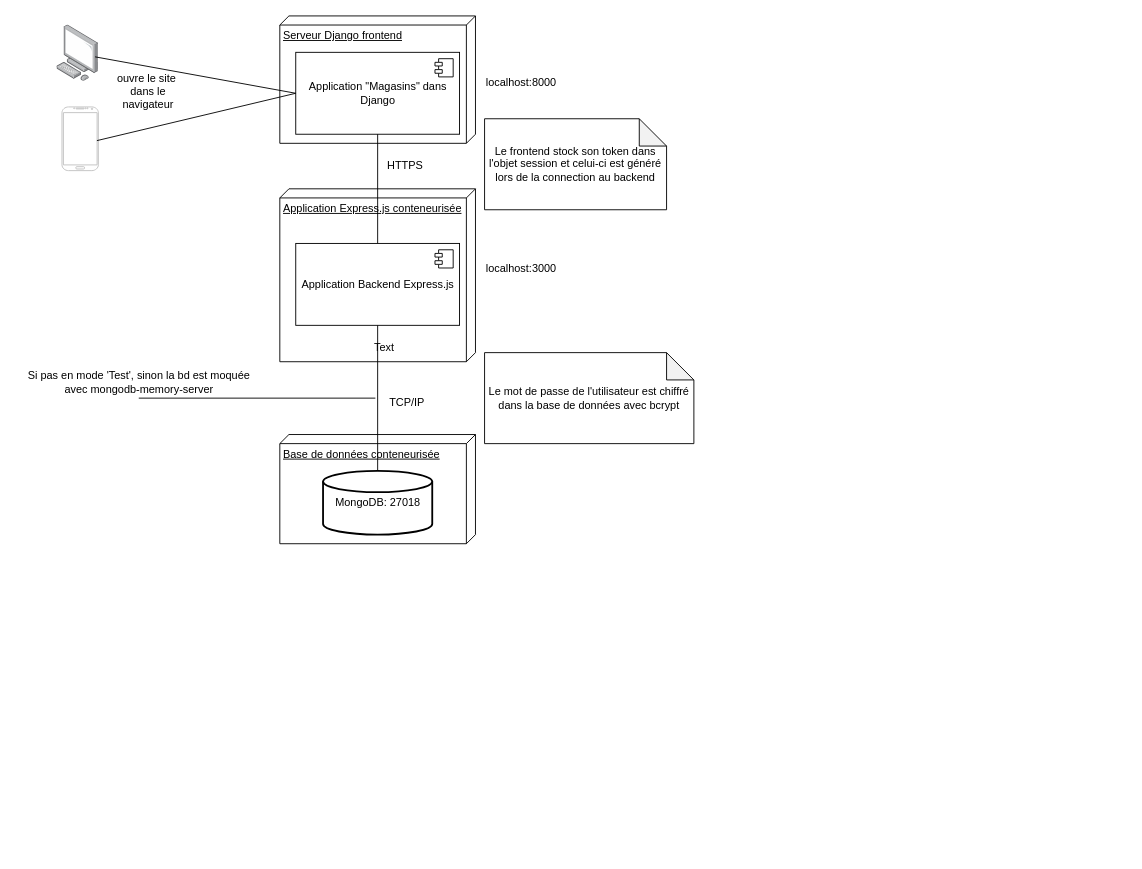
The draw.io diagram docs/UML/diag_vue_deploiement.drawio in PraMaks/LOG430_Labo_0, before the edit. Source tidied: cells renumbered, new cells numbered last; positions are measured from the earlier drawing's top-left corner, leaving out a move shared by most shapes. Both pictures are drawn from the tidied source at 91%, with x=0, y=0 at pixel (15, 15).
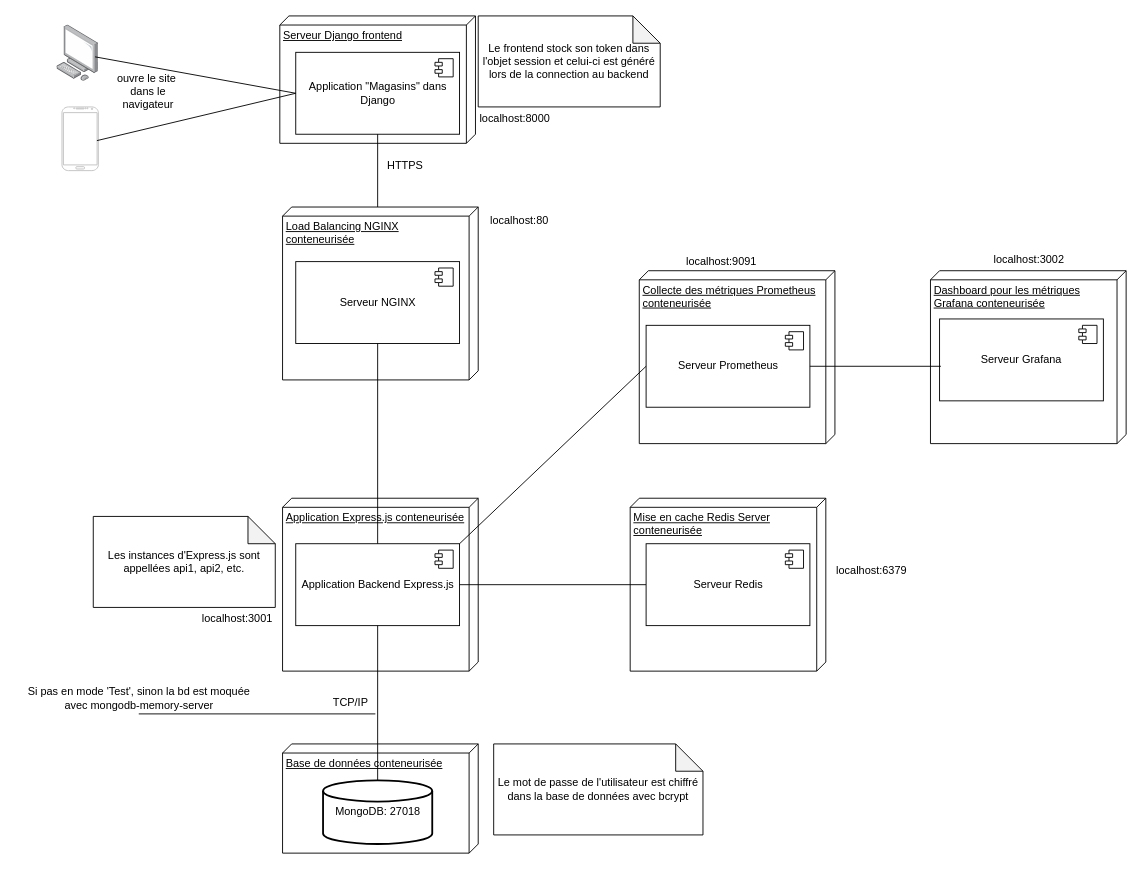
After the change.

The change refers to these unchanged cells:
```xml
<mxCell id="8" value="Application &quot;Magasins&quot; dans Django" style="html=1;whiteSpace=wrap;" parent="1" vertex="1">
  <mxGeometry x="307.5" y="40" width="180" height="90" as="geometry" />
</mxCell>
```

What changed in the source:
```diff
@@
     <mxCell id="2" value="Application Express.js conteneurisée" style="verticalAlign=top;align=left;spacingTop=8;spacingLeft=2;spacingRight=12;shape=cube;size=10;direction=south;fontStyle=4;html=1;whiteSpace=wrap;" parent="1" vertex="1">
-      <mxGeometry x="290" y="190" width="215" height="190" as="geometry" />
+      <mxGeometry x="293" y="530" width="215" height="190" as="geometry" />
     </mxCell>
     <mxCell id="3" value="Application Backend Express.js" style="html=1;whiteSpace=wrap;" parent="1" vertex="1">
-      <mxGeometry x="307.5" y="250" width="180" height="90" as="geometry" />
+      <mxGeometry x="307.5" y="580" width="180" height="90" as="geometry" />
     </mxCell>
@@
     <mxCell id="5" value="Base de données conteneurisée" style="verticalAlign=top;align=left;spacingTop=8;spacingLeft=2;spacingRight=12;shape=cube;size=10;direction=south;fontStyle=4;html=1;whiteSpace=wrap;" parent="1" vertex="1">
-      <mxGeometry x="290" y="460" width="215" height="120" as="geometry" />
+      <mxGeometry x="293" y="800" width="215" height="120" as="geometry" />
     </mxCell>
     <mxCell id="6" value="MongoDB: 27018" style="strokeWidth=2;html=1;shape=mxgraph.flowchart.database;whiteSpace=wrap;" parent="1" vertex="1">
-      <mxGeometry x="337.5" y="500" width="120" height="70" as="geometry" />
+      <mxGeometry x="337.5" y="840" width="120" height="70" as="geometry" />
     </mxCell>
@@
-    <mxCell id="10" style="endArrow=none;html=1;rounded=0;entryX=0.5;entryY=1;entryDx=0;entryDy=0;exitX=0.5;exitY=0;exitDx=0;exitDy=0;" parent="1" edge="1" source="3" target="8">
+    <mxCell id="10" style="endArrow=none;html=1;rounded=0;entryX=0.5;entryY=1;entryDx=0;entryDy=0;exitX=0.5;exitY=0;exitDx=0;exitDy=0;" parent="1" edge="1" source="28" target="8">
       <mxGeometry relative="1" as="geometry" />
     </mxCell>
@@
-    <mxCell id="12" value="Text" style="text;strokeColor=none;align=center;fillColor=none;html=1;verticalAlign=middle;whiteSpace=wrap;rounded=0;" parent="1" vertex="1">
-      <mxGeometry x="375" y="350" width="60" height="30" as="geometry" />
-    </mxCell>
@@
     <mxCell id="14" value="TCP/IP" style="text;html=1;align=center;verticalAlign=middle;whiteSpace=wrap;rounded=0;" parent="1" vertex="1">
-      <mxGeometry x="400" y="410" width="60" height="30" as="geometry" />
+      <mxGeometry x="337.5" y="740" width="60" height="30" as="geometry" />
     </mxCell>
     <mxCell id="15" value="localhost:8000&lt;div&gt;&lt;br&gt;&lt;/div&gt;" style="text;html=1;align=center;verticalAlign=middle;strokeColor=none;fillColor=none;" parent="1" vertex="1">
-      <mxGeometry x="505" y="60" width="100" height="40" as="geometry" />
+      <mxGeometry x="498" y="100" width="100" height="40" as="geometry" />
     </mxCell>
-    <mxCell id="16" value="localhost:3000&lt;div&gt;&lt;br&gt;&lt;/div&gt;" style="text;html=1;align=center;verticalAlign=middle;strokeColor=none;fillColor=none;" parent="1" vertex="1">
-      <mxGeometry x="505" y="265" width="100" height="40" as="geometry" />
+    <mxCell id="16" value="localhost:3001&lt;div&gt;&lt;br&gt;&lt;/div&gt;" style="text;html=1;align=center;verticalAlign=middle;strokeColor=none;fillColor=none;" parent="1" vertex="1">
+      <mxGeometry x="193" y="650" width="100" height="40" as="geometry" />
     </mxCell>
@@
     <mxCell id="22" value="Le frontend stock son token dans l'objet session et celui-ci est généré lors de la connection au backend" style="shape=note;whiteSpace=wrap;html=1;backgroundOutline=1;darkOpacity=0.05;" parent="1" vertex="1">
-      <mxGeometry x="515" y="113" width="200" height="100" as="geometry" />
+      <mxGeometry x="508" width="200" height="100" as="geometry" />
     </mxCell>
     <mxCell id="23" value="Le mot de passe de l'utilisateur est chiffré dans la base de données avec bcrypt" style="shape=note;whiteSpace=wrap;html=1;backgroundOutline=1;darkOpacity=0.05;" parent="1" vertex="1">
-      <mxGeometry x="515" y="370" width="230" height="100" as="geometry" />
+      <mxGeometry x="525" y="800" width="230" height="100" as="geometry" />
     </mxCell>
     <mxCell id="24" style="endArrow=none;html=1;rounded=0;" parent="1" edge="1">
       <mxGeometry relative="1" as="geometry">
-        <mxPoint x="135" y="420" as="sourcePoint" />
-        <mxPoint x="395" y="420" as="targetPoint" />
+        <mxPoint x="135" y="767" as="sourcePoint" />
+        <mxPoint x="395" y="767" as="targetPoint" />
       </mxGeometry>
     </mxCell>
     <mxCell id="25" value="Si pas en mode 'Test', sinon la bd est moquée&lt;div&gt;avec&amp;nbsp;mongodb-memory-server&lt;/div&gt;" style="text;html=1;align=center;verticalAlign=middle;strokeColor=none;fillColor=none;" parent="1" vertex="1">
-      <mxGeometry y="383" width="270" height="40" as="geometry" />
+      <mxGeometry y="730" width="270" height="40" as="geometry" />
     </mxCell>
+    <mxCell id="26" value="Les instances d'Express.js sont appellées api1, api2, etc." style="shape=note;whiteSpace=wrap;html=1;backgroundOutline=1;darkOpacity=0.05;" parent="1" vertex="1">
+      <mxGeometry x="85" y="550" width="200" height="100" as="geometry" />
+    </mxCell>
+    <mxCell id="27" value="Load Balancing NGINX conteneurisée" style="verticalAlign=top;align=left;spacingTop=8;spacingLeft=2;spacingRight=12;shape=cube;size=10;direction=south;fontStyle=4;html=1;whiteSpace=wrap;" parent="1" vertex="1">
+      <mxGeometry x="293" y="210" width="215" height="190" as="geometry" />
+    </mxCell>
+    <mxCell id="28" value="Serveur NGINX" style="html=1;whiteSpace=wrap;" parent="1" vertex="1">
+      <mxGeometry x="307.5" y="270" width="180" height="90" as="geometry" />
+    </mxCell>
+    <mxCell id="29" style="shape=module;jettyWidth=8;jettyHeight=4;" parent="28" vertex="1">
+      <mxGeometry x="1" width="20" height="20" relative="1" as="geometry">
+        <mxPoint x="-27" y="7" as="offset" />
+      </mxGeometry>
+    </mxCell>
+    <mxCell id="30" value="localhost:80" style="text;html=1;align=center;verticalAlign=middle;strokeColor=none;fillColor=none;" parent="1" vertex="1">
+      <mxGeometry x="508" y="210" width="90" height="30" as="geometry" />
+    </mxCell>
+    <mxCell id="31" style="endArrow=none;html=1;rounded=0;entryX=0.5;entryY=1;entryDx=0;entryDy=0;exitX=0.5;exitY=0;exitDx=0;exitDy=0;" parent="1" edge="1" source="3" target="28">
+      <mxGeometry relative="1" as="geometry" />
+    </mxCell>
+    <mxCell id="32" value="Mise en cache Redis Server conteneurisée" style="verticalAlign=top;align=left;spacingTop=8;spacingLeft=2;spacingRight=12;shape=cube;size=10;direction=south;fontStyle=4;html=1;whiteSpace=wrap;" parent="1" vertex="1">
+      <mxGeometry x="675" y="530" width="215" height="190" as="geometry" />
+    </mxCell>
+    <mxCell id="33" style="endArrow=none;html=1;rounded=0;entryX=1;entryY=0.5;entryDx=0;entryDy=0;exitX=0;exitY=0.5;exitDx=0;exitDy=0;" parent="1" edge="1" source="34" target="3">
+      <mxGeometry relative="1" as="geometry" />
+    </mxCell>
+    <mxCell id="34" value="Serveur Redis" style="html=1;whiteSpace=wrap;" parent="1" vertex="1">
+      <mxGeometry x="692.5" y="580" width="180" height="90" as="geometry" />
+    </mxCell>
+    <mxCell id="35" style="shape=module;jettyWidth=8;jettyHeight=4;" parent="34" vertex="1">
+      <mxGeometry x="1" width="20" height="20" relative="1" as="geometry">
+        <mxPoint x="-27" y="7" as="offset" />
+      </mxGeometry>
+    </mxCell>
+    <mxCell id="36" value="localhost:6379" style="text;html=1;align=center;verticalAlign=middle;strokeColor=none;fillColor=none;" parent="1" vertex="1">
+      <mxGeometry x="890" y="595" width="100" height="30" as="geometry" />
+    </mxCell>
+    <mxCell id="37" value="Collecte des métriques Prometheus conteneurisée" style="verticalAlign=top;align=left;spacingTop=8;spacingLeft=2;spacingRight=12;shape=cube;size=10;direction=south;fontStyle=4;html=1;whiteSpace=wrap;" parent="1" vertex="1">
+      <mxGeometry x="685" y="280" width="215" height="190" as="geometry" />
+    </mxCell>
+    <mxCell id="38" value="Serveur Prometheus" style="html=1;whiteSpace=wrap;" parent="1" vertex="1">
+      <mxGeometry x="692.5" y="340" width="180" height="90" as="geometry" />
+    </mxCell>
+    <mxCell id="39" style="shape=module;jettyWidth=8;jettyHeight=4;" parent="38" vertex="1">
+      <mxGeometry x="1" width="20" height="20" relative="1" as="geometry">
+        <mxPoint x="-27" y="7" as="offset" />
+      </mxGeometry>
+    </mxCell>
+    <mxCell id="40" value="Dashboard pour les métriques Grafana conteneurisée" style="verticalAlign=top;align=left;spacingTop=8;spacingLeft=2;spacingRight=12;shape=cube;size=10;direction=south;fontStyle=4;html=1;whiteSpace=wrap;" parent="1" vertex="1">
+      <mxGeometry x="1005" y="280" width="215" height="190" as="geometry" />
+    </mxCell>
+    <mxCell id="41" value="Serveur Grafana" style="html=1;whiteSpace=wrap;" parent="1" vertex="1">
+      <mxGeometry x="1015" y="333" width="180" height="90" as="geometry" />
+    </mxCell>
+    <mxCell id="42" style="shape=module;jettyWidth=8;jettyHeight=4;" parent="41" vertex="1">
+      <mxGeometry x="1" width="20" height="20" relative="1" as="geometry">
+        <mxPoint x="-27" y="7" as="offset" />
+      </mxGeometry>
+    </mxCell>
+    <mxCell id="43" style="endArrow=none;html=1;rounded=0;entryX=0;entryY=0.5;entryDx=0;entryDy=0;exitX=1;exitY=0;exitDx=0;exitDy=0;" parent="1" edge="1" source="3" target="38">
+      <mxGeometry relative="1" as="geometry" />
+    </mxCell>
+    <mxCell id="44" style="endArrow=none;html=1;rounded=0;entryX=1;entryY=0.5;entryDx=0;entryDy=0;exitX=0.008;exitY=0.578;exitDx=0;exitDy=0;exitPerimeter=0;" parent="1" edge="1" source="41" target="38">
+      <mxGeometry relative="1" as="geometry" />
+    </mxCell>
+    <mxCell id="45" value="localhost:9091" style="text;html=1;align=center;verticalAlign=middle;strokeColor=none;fillColor=none;" parent="1" vertex="1">
+      <mxGeometry x="725" y="255" width="100" height="30" as="geometry" />
+    </mxCell>
+    <mxCell id="46" value="localhost:3002&lt;div&gt;&lt;br&gt;&lt;/div&gt;" style="text;html=1;align=center;verticalAlign=middle;strokeColor=none;fillColor=none;" parent="1" vertex="1">
+      <mxGeometry x="1062.5" y="255" width="100" height="40" as="geometry" />
+    </mxCell>
```
